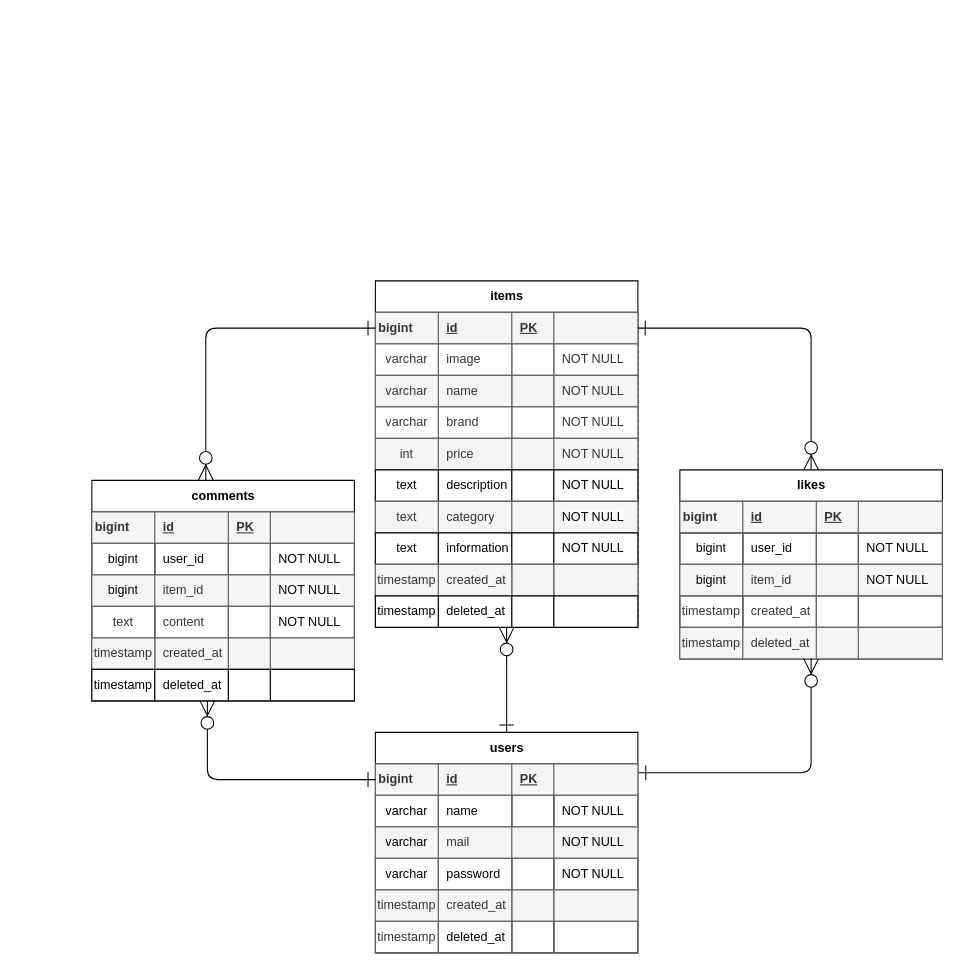
This is furima_table.drawio from satoha-claydesign/furima, a draw.io file, before an edit. Source tidied: cells renumbered, new cells numbered last; positions are measured from the earlier drawing's top-left corner, leaving out a move shared by most shapes. Both pictures are drawn from the tidied source at 105%, with x=0, y=0 at pixel (91, 280).
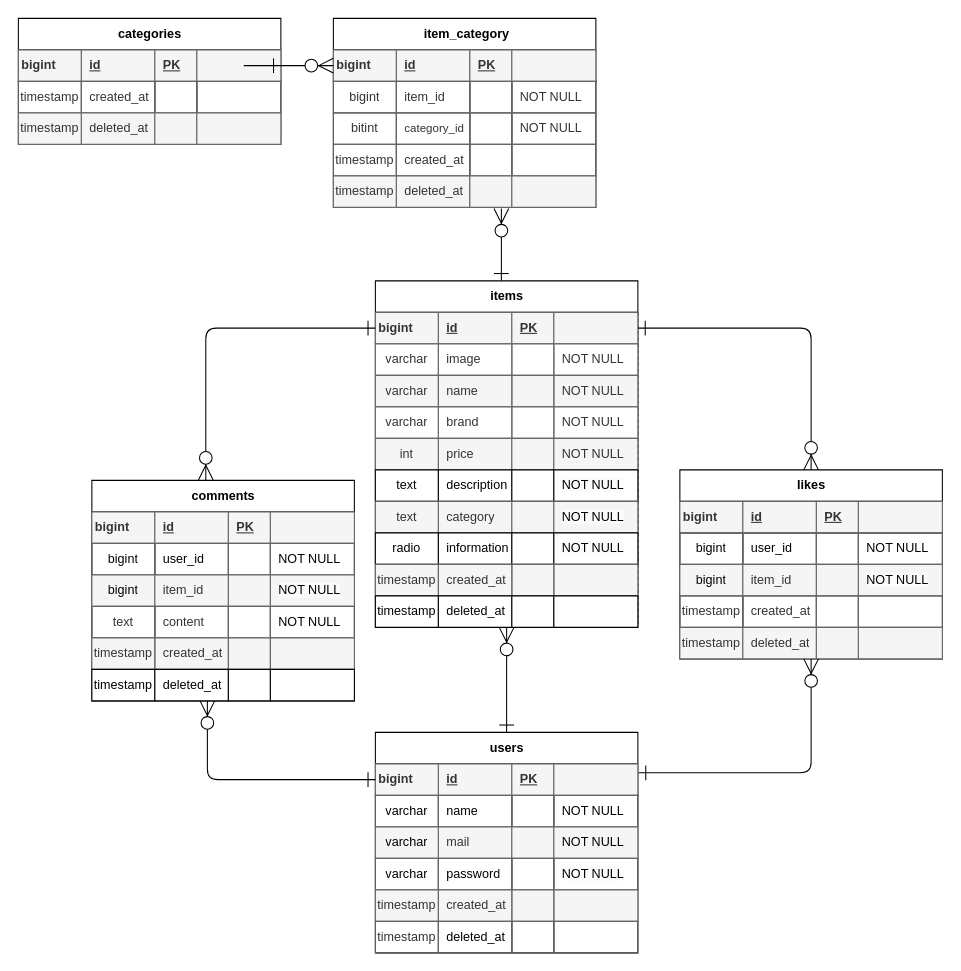
After the change.

The change refers to these unchanged cells:
```xml
<mxCell id="38" style="shape=tableRow;horizontal=0;startSize=0;swimlaneHead=0;swimlaneBody=0;top=0;left=0;right=0;bottom=0;fillStyle=solid;fillColor=#FFFFFF;" parent="2" vertex="1">
  <mxGeometry y="240" width="250" height="30" as="geometry" />
</mxCell>
```

Diff of the diagram source:
```diff
@@
-    <mxCell id="39" value="text" style="shape=partialRectangle;top=1;left=1;bottom=1;right=1;overflow=hidden;whiteSpace=wrap;html=1;" parent="38" vertex="1">
+    <mxCell id="39" value="radio" style="shape=partialRectangle;top=1;left=1;bottom=1;right=1;overflow=hidden;whiteSpace=wrap;html=1;" parent="38" vertex="1">
       <mxGeometry width="60" height="30" as="geometry" />
     </mxCell>
@@
+    <mxCell id="146" value="categories" style="shape=table;startSize=30;childLayout=tableLayout;rowLines=0;fontStyle=1;align=center;html=1;" parent="1" vertex="1">
+      <mxGeometry x="-70" y="-250" width="250" height="120" as="geometry" />
+    </mxCell>
+    <mxCell id="147" style="shape=tableRow;horizontal=0;startSize=0;swimlaneHead=0;swimlaneBody=0;fillColor=none;points=[[0,0.5],[1,0.5]];portConstraint=eastwest;top=0;left=0;right=0;bottom=1;" parent="146" vertex="1">
+      <mxGeometry y="30" width="250" height="30" as="geometry" />
+    </mxCell>
+    <mxCell id="148" value="bigint&lt;span style=&quot;white-space: pre;&quot;&gt;&#9;&lt;/span&gt;" style="shape=partialRectangle;fillColor=#f5f5f5;top=1;left=1;bottom=1;right=1;fontStyle=1;overflow=hidden;whiteSpace=wrap;html=1;fontColor=#333333;strokeColor=#666666;" parent="147" vertex="1">
+      <mxGeometry width="60" height="30" as="geometry" />
+    </mxCell>
+    <mxCell id="149" value="id" style="shape=partialRectangle;fillColor=#f5f5f5;top=1;left=1;bottom=1;right=1;align=left;spacingLeft=6;fontStyle=5;overflow=hidden;whiteSpace=wrap;html=1;fontColor=#333333;strokeColor=#666666;" parent="147" vertex="1">
+      <mxGeometry x="60" width="70" height="30" as="geometry" />
+    </mxCell>
+    <mxCell id="150" value="PK" style="shape=partialRectangle;fillColor=#f5f5f5;top=1;left=1;bottom=1;right=1;align=left;spacingLeft=6;fontStyle=5;overflow=hidden;whiteSpace=wrap;html=1;fontColor=#333333;strokeColor=#666666;" parent="147" vertex="1">
+      <mxGeometry x="130" width="40" height="30" as="geometry" />
+    </mxCell>
+    <mxCell id="151" style="shape=partialRectangle;fillColor=#f5f5f5;top=1;left=1;bottom=1;right=1;align=left;spacingLeft=6;fontStyle=5;overflow=hidden;whiteSpace=wrap;html=1;fontColor=#333333;strokeColor=#666666;" parent="147" vertex="1">
+      <mxGeometry x="170" width="80" height="30" as="geometry" />
+    </mxCell>
+    <mxCell id="152" style="shape=tableRow;horizontal=0;startSize=0;swimlaneHead=0;swimlaneBody=0;fillColor=none;top=0;left=0;right=0;bottom=0;" parent="146" vertex="1">
+      <mxGeometry y="60" width="250" height="30" as="geometry" />
+    </mxCell>
+    <mxCell id="153" value="timestamp" style="shape=partialRectangle;fillColor=none;top=1;left=1;bottom=1;right=1;overflow=hidden;whiteSpace=wrap;html=1;fontColor=#333333;strokeColor=#666666;" parent="152" vertex="1">
+      <mxGeometry width="60" height="30" as="geometry" />
+    </mxCell>
+    <mxCell id="154" value="created_at" style="shape=partialRectangle;fillColor=none;top=1;left=1;bottom=1;right=1;align=left;spacingLeft=6;overflow=hidden;whiteSpace=wrap;html=1;fontColor=#333333;strokeColor=#666666;" parent="152" vertex="1">
+      <mxGeometry x="60" width="70" height="30" as="geometry" />
+    </mxCell>
+    <mxCell id="155" style="shape=partialRectangle;fillColor=none;top=1;left=1;bottom=1;right=1;align=left;spacingLeft=6;overflow=hidden;whiteSpace=wrap;html=1;fontColor=#333333;strokeColor=#666666;" parent="152" vertex="1">
+      <mxGeometry x="130" width="40" height="30" as="geometry" />
+    </mxCell>
+    <mxCell id="156" style="shape=partialRectangle;fillColor=none;top=1;left=1;bottom=1;right=1;align=left;spacingLeft=6;overflow=hidden;whiteSpace=wrap;html=1;fontColor=#333333;strokeColor=#666666;" parent="152" vertex="1">
+      <mxGeometry x="170" width="80" height="30" as="geometry" />
+    </mxCell>
+    <mxCell id="157" style="shape=tableRow;horizontal=0;startSize=0;swimlaneHead=0;swimlaneBody=0;fillColor=none;top=0;left=0;right=0;bottom=0;" parent="146" vertex="1">
+      <mxGeometry y="90" width="250" height="30" as="geometry" />
+    </mxCell>
+    <mxCell id="158" value="timestamp" style="shape=partialRectangle;fillColor=#f5f5f5;top=1;left=1;bottom=1;right=1;overflow=hidden;whiteSpace=wrap;html=1;strokeColor=#666666;fontColor=#333333;" parent="157" vertex="1">
+      <mxGeometry width="60" height="30" as="geometry" />
+    </mxCell>
+    <mxCell id="159" value="deleted_at" style="shape=partialRectangle;fillColor=#f5f5f5;top=1;left=1;bottom=1;right=1;align=left;spacingLeft=6;overflow=hidden;whiteSpace=wrap;html=1;strokeColor=#666666;fontColor=#333333;" parent="157" vertex="1">
+      <mxGeometry x="60" width="70" height="30" as="geometry" />
+    </mxCell>
+    <mxCell id="160" style="shape=partialRectangle;fillColor=#f5f5f5;top=1;left=1;bottom=1;right=1;align=left;spacingLeft=6;overflow=hidden;whiteSpace=wrap;html=1;strokeColor=#666666;fontColor=#333333;" parent="157" vertex="1">
+      <mxGeometry x="130" width="40" height="30" as="geometry" />
+    </mxCell>
+    <mxCell id="161" style="shape=partialRectangle;fillColor=#f5f5f5;top=1;left=1;bottom=1;right=1;align=left;spacingLeft=6;overflow=hidden;whiteSpace=wrap;html=1;strokeColor=#666666;fontColor=#333333;" parent="157" vertex="1">
+      <mxGeometry x="170" width="80" height="30" as="geometry" />
+    </mxCell>
+    <mxCell id="162" value="&amp;nbsp;item_category" style="shape=table;startSize=30;childLayout=tableLayout;rowLines=0;fontStyle=1;align=center;html=1;" parent="1" vertex="1">
+      <mxGeometry x="230" y="-250" width="250" height="180" as="geometry" />
+    </mxCell>
+    <mxCell id="163" style="shape=tableRow;horizontal=0;startSize=0;swimlaneHead=0;swimlaneBody=0;fillColor=none;top=0;left=0;right=0;bottom=1;" parent="162" vertex="1">
+      <mxGeometry y="30" width="250" height="30" as="geometry" />
+    </mxCell>
+    <mxCell id="164" value="bigint&lt;span style=&quot;white-space: pre;&quot;&gt;&#9;&lt;/span&gt;" style="shape=partialRectangle;fillColor=#f5f5f5;top=1;left=1;bottom=1;right=1;fontStyle=1;overflow=hidden;whiteSpace=wrap;html=1;fontColor=#333333;strokeColor=#666666;" parent="163" vertex="1">
+      <mxGeometry width="60" height="30" as="geometry" />
+    </mxCell>
+    <mxCell id="165" value="id" style="shape=partialRectangle;fillColor=#f5f5f5;top=1;left=1;bottom=1;right=1;align=left;spacingLeft=6;fontStyle=5;overflow=hidden;whiteSpace=wrap;html=1;fontColor=#333333;strokeColor=#666666;" parent="163" vertex="1">
+      <mxGeometry x="60" width="70" height="30" as="geometry" />
+    </mxCell>
+    <mxCell id="166" value="PK" style="shape=partialRectangle;fillColor=#f5f5f5;top=1;left=1;bottom=1;right=1;align=left;spacingLeft=6;fontStyle=5;overflow=hidden;whiteSpace=wrap;html=1;fontColor=#333333;strokeColor=#666666;" parent="163" vertex="1">
+      <mxGeometry x="130" width="40" height="30" as="geometry" />
+    </mxCell>
+    <mxCell id="167" style="shape=partialRectangle;fillColor=#f5f5f5;top=1;left=1;bottom=1;right=1;align=left;spacingLeft=6;fontStyle=5;overflow=hidden;whiteSpace=wrap;html=1;fontColor=#333333;strokeColor=#666666;" parent="163" vertex="1">
+      <mxGeometry x="170" width="80" height="30" as="geometry" />
+    </mxCell>
+    <mxCell id="168" style="shape=tableRow;horizontal=0;startSize=0;swimlaneHead=0;swimlaneBody=0;fillColor=none;top=0;left=0;right=0;bottom=0;" parent="162" vertex="1">
+      <mxGeometry y="60" width="250" height="30" as="geometry" />
+    </mxCell>
+    <mxCell id="169" value="bigint" style="shape=partialRectangle;fillColor=none;top=1;left=1;bottom=1;right=1;overflow=hidden;whiteSpace=wrap;html=1;fontColor=#333333;strokeColor=#666666;" parent="168" vertex="1">
+      <mxGeometry width="60" height="30" as="geometry" />
+    </mxCell>
+    <mxCell id="170" value="&lt;span style=&quot;color: rgb(51, 51, 51);&quot;&gt;item_id&lt;/span&gt;" style="shape=partialRectangle;fillColor=none;top=1;left=1;bottom=1;right=1;align=left;spacingLeft=6;overflow=hidden;whiteSpace=wrap;html=1;fontColor=#333333;strokeColor=#666666;" parent="168" vertex="1">
+      <mxGeometry x="60" width="70" height="30" as="geometry" />
+    </mxCell>
+    <mxCell id="171" style="shape=partialRectangle;fillColor=none;top=1;left=1;bottom=1;right=1;align=left;spacingLeft=6;overflow=hidden;whiteSpace=wrap;html=1;fontColor=#333333;strokeColor=#666666;" parent="168" vertex="1">
+      <mxGeometry x="130" width="40" height="30" as="geometry" />
+    </mxCell>
+    <mxCell id="172" value="NOT NULL" style="shape=partialRectangle;fillColor=none;top=1;left=1;bottom=1;right=1;align=left;spacingLeft=6;overflow=hidden;whiteSpace=wrap;html=1;fontColor=#333333;strokeColor=#666666;" parent="168" vertex="1">
+      <mxGeometry x="170" width="80" height="30" as="geometry" />
+    </mxCell>
+    <mxCell id="173" style="shape=tableRow;horizontal=0;startSize=0;swimlaneHead=0;swimlaneBody=0;fillColor=none;top=0;left=0;right=0;bottom=0;" parent="162" vertex="1">
+      <mxGeometry y="90" width="250" height="30" as="geometry" />
+    </mxCell>
+    <mxCell id="174" value="bitint" style="shape=partialRectangle;fillColor=none;top=1;left=1;bottom=1;right=1;overflow=hidden;whiteSpace=wrap;html=1;fontColor=#333333;strokeColor=#666666;" parent="173" vertex="1">
+      <mxGeometry width="60" height="30" as="geometry" />
+    </mxCell>
+    <mxCell id="175" value="&lt;font style=&quot;font-size: 11px;&quot;&gt;category_id&lt;/font&gt;" style="shape=partialRectangle;fillColor=none;top=1;left=1;bottom=1;right=1;align=left;spacingLeft=6;overflow=hidden;whiteSpace=wrap;html=1;fontColor=#333333;strokeColor=#666666;" parent="173" vertex="1">
+      <mxGeometry x="60" width="70" height="30" as="geometry" />
+    </mxCell>
+    <mxCell id="176" style="shape=partialRectangle;fillColor=none;top=1;left=1;bottom=1;right=1;align=left;spacingLeft=6;overflow=hidden;whiteSpace=wrap;html=1;fontColor=#333333;strokeColor=#666666;" parent="173" vertex="1">
+      <mxGeometry x="130" width="40" height="30" as="geometry" />
+    </mxCell>
+    <mxCell id="177" value="&lt;span style=&quot;color: rgb(51, 51, 51);&quot;&gt;NOT NULL&lt;/span&gt;" style="shape=partialRectangle;fillColor=none;top=1;left=1;bottom=1;right=1;align=left;spacingLeft=6;overflow=hidden;whiteSpace=wrap;html=1;fontColor=#333333;strokeColor=#666666;" parent="173" vertex="1">
+      <mxGeometry x="170" width="80" height="30" as="geometry" />
+    </mxCell>
+    <mxCell id="178" style="shape=tableRow;horizontal=0;startSize=0;swimlaneHead=0;swimlaneBody=0;fillColor=none;top=0;left=0;right=0;bottom=0;" parent="162" vertex="1">
+      <mxGeometry y="120" width="250" height="30" as="geometry" />
+    </mxCell>
+    <mxCell id="179" value="timestamp" style="shape=partialRectangle;fillColor=none;top=1;left=1;bottom=1;right=1;overflow=hidden;whiteSpace=wrap;html=1;fontColor=#333333;strokeColor=#666666;" parent="178" vertex="1">
+      <mxGeometry width="60" height="30" as="geometry" />
+    </mxCell>
+    <mxCell id="180" value="created_at" style="shape=partialRectangle;fillColor=none;top=1;left=1;bottom=1;right=1;align=left;spacingLeft=6;overflow=hidden;whiteSpace=wrap;html=1;fontColor=#333333;strokeColor=#666666;" parent="178" vertex="1">
+      <mxGeometry x="60" width="70" height="30" as="geometry" />
+    </mxCell>
+    <mxCell id="181" style="shape=partialRectangle;fillColor=none;top=1;left=1;bottom=1;right=1;align=left;spacingLeft=6;overflow=hidden;whiteSpace=wrap;html=1;fontColor=#333333;strokeColor=#666666;" parent="178" vertex="1">
+      <mxGeometry x="130" width="40" height="30" as="geometry" />
+    </mxCell>
+    <mxCell id="182" style="shape=partialRectangle;fillColor=none;top=1;left=1;bottom=1;right=1;align=left;spacingLeft=6;overflow=hidden;whiteSpace=wrap;html=1;fontColor=#333333;strokeColor=#666666;" parent="178" vertex="1">
+      <mxGeometry x="170" width="80" height="30" as="geometry" />
+    </mxCell>
+    <mxCell id="183" style="shape=tableRow;horizontal=0;startSize=0;swimlaneHead=0;swimlaneBody=0;fillColor=none;points=[[0,0.5],[1,0.5]];portConstraint=eastwest;top=0;left=0;right=0;bottom=0;" parent="162" vertex="1">
+      <mxGeometry y="150" width="250" height="30" as="geometry" />
+    </mxCell>
+    <mxCell id="184" value="timestamp" style="shape=partialRectangle;fillColor=#f5f5f5;top=1;left=1;bottom=1;right=1;overflow=hidden;whiteSpace=wrap;html=1;strokeColor=#666666;fontColor=#333333;" parent="183" vertex="1">
+      <mxGeometry width="60" height="30" as="geometry" />
+    </mxCell>
+    <mxCell id="185" value="deleted_at" style="shape=partialRectangle;fillColor=#f5f5f5;top=1;left=1;bottom=1;right=1;align=left;spacingLeft=6;overflow=hidden;whiteSpace=wrap;html=1;strokeColor=#666666;fontColor=#333333;" parent="183" vertex="1">
+      <mxGeometry x="60" width="70" height="30" as="geometry" />
+    </mxCell>
+    <mxCell id="186" style="shape=partialRectangle;fillColor=#f5f5f5;top=1;left=1;bottom=1;right=1;align=left;spacingLeft=6;overflow=hidden;whiteSpace=wrap;html=1;strokeColor=#666666;fontColor=#333333;" parent="183" vertex="1">
+      <mxGeometry x="130" width="40" height="30" as="geometry" />
+    </mxCell>
+    <mxCell id="187" style="shape=partialRectangle;fillColor=#f5f5f5;top=1;left=1;bottom=1;right=1;align=left;spacingLeft=6;overflow=hidden;whiteSpace=wrap;html=1;strokeColor=#666666;fontColor=#333333;" parent="183" vertex="1">
+      <mxGeometry x="170" width="80" height="30" as="geometry" />
+    </mxCell>
+    <mxCell id="188" style="edgeStyle=orthogonalEdgeStyle;fontSize=12;html=1;endArrow=ERzeroToMany;endFill=1;exitX=1;exitY=0.5;exitDx=0;exitDy=0;flowAnimation=0;startArrow=ERone;startFill=0;endSize=12;startSize=12;" parent="1" edge="1" source="147" target="162">
+      <mxGeometry relative="1" as="geometry">
+        <Array as="points">
+          <mxPoint x="140" y="-205" />
+          <mxPoint x="140" y="-205" />
+        </Array>
+      </mxGeometry>
+    </mxCell>
+    <mxCell id="189" style="edgeStyle=orthogonalEdgeStyle;fontSize=12;html=1;endArrow=ERzeroToMany;endFill=1;flowAnimation=0;startArrow=ERone;startFill=0;endSize=12;startSize=12;entryX=0.64;entryY=1.039;entryDx=0;entryDy=0;entryPerimeter=0;" parent="1" edge="1" target="183">
+      <mxGeometry relative="1" as="geometry">
+        <mxPoint x="390" as="sourcePoint" />
+        <Array as="points">
+          <mxPoint x="390" />
+        </Array>
+      </mxGeometry>
+    </mxCell>
```
